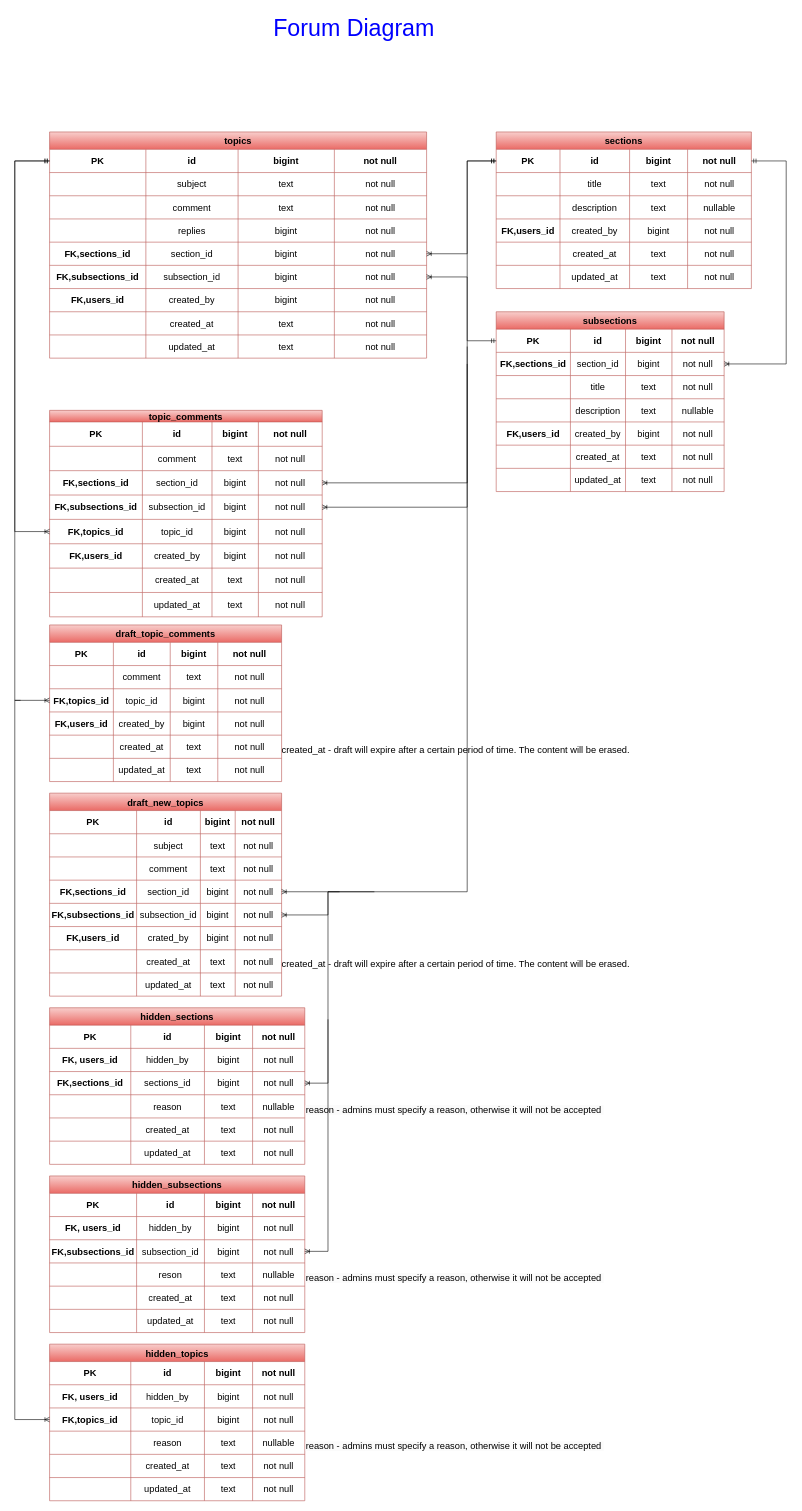
The draw.io diagram blueprint/forum/diagram.drawio in kingofdice66/ClientTesteOnlineAmazingTeens, before the edit. Source tidied: cells renumbered, new cells numbered last; positions are measured from the earlier drawing's top-left corner, leaving out a move shared by most shapes. Both pictures are drawn from the tidied source at 58%, with x=0, y=0 at pixel (14, 10).
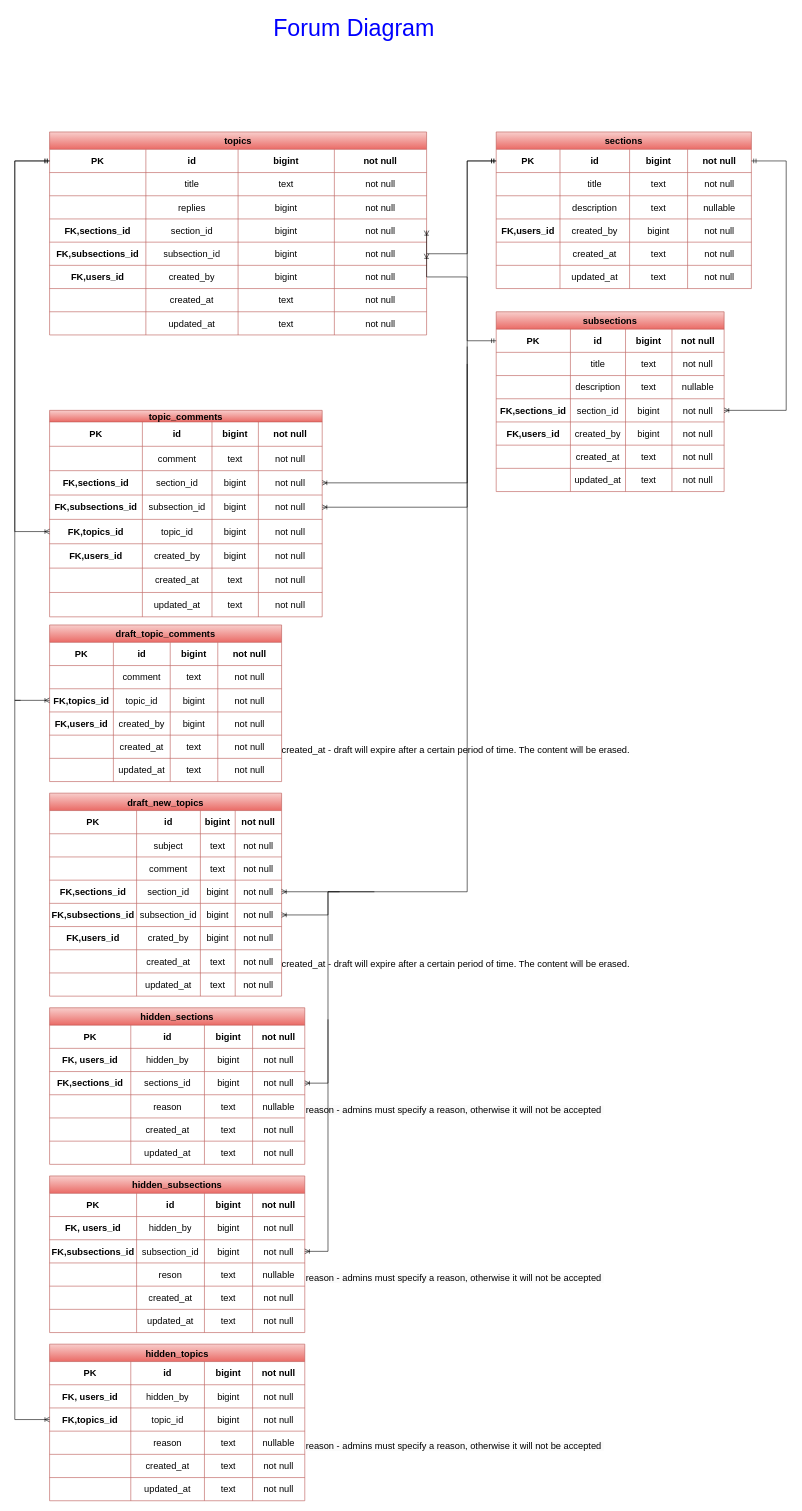
Above is the later version.

Unchanged cells that the change refers to:
```xml
<mxCell id="8" style="shape=tableRow;horizontal=0;startSize=0;swimlaneHead=0;swimlaneBody=0;strokeColor=inherit;top=0;left=0;bottom=0;right=0;fillColor=none;fontSize=16;" parent="2" vertex="1">
  <mxGeometry y="70" width="650" height="40" as="geometry" />
</mxCell>
<mxCell id="49" style="shape=tableRow;horizontal=0;startSize=0;swimlaneHead=0;swimlaneBody=0;strokeColor=inherit;top=0;left=0;bottom=0;right=0;fillColor=none;points=[[0,0.5],[1,0.5]];portConstraint=eastwest;fontSize=16;" parent="48" vertex="1">
  <mxGeometry y="30" width="440" height="40" as="geometry" />
</mxCell>
<mxCell id="80" value="subsections" style="shape=table;startSize=30;childLayout=tableLayout;strokeColor=#b85450;fontSize=16;fillColor=#f8cecc;gradientColor=#ea6b66;fontStyle=1;" parent="1" vertex="1">
  <mxGeometry x="830" y="520" width="393" height="310" as="geometry" />
</mxCell>
```

Change to the diagram source:
```diff
@@
     <mxCell id="2" value="topics" style="shape=table;startSize=30;childLayout=tableLayout;strokeColor=#b85450;fontSize=16;fillColor=#f8cecc;gradientColor=#ea6b66;fontStyle=1;" parent="1" vertex="1">
-      <mxGeometry x="60" y="210" width="650" height="390" as="geometry" />
+      <mxGeometry x="60" y="210" width="650" height="350" as="geometry" />
     </mxCell>
@@
-    <mxCell id="10" value="subject" style="shape=partialRectangle;html=1;whiteSpace=wrap;strokeColor=inherit;overflow=hidden;fillColor=none;top=0;left=0;bottom=0;right=0;fontSize=16;" parent="8" vertex="1">
+    <mxCell id="10" value="title" style="shape=partialRectangle;html=1;whiteSpace=wrap;strokeColor=inherit;overflow=hidden;fillColor=none;top=0;left=0;bottom=0;right=0;fontSize=16;" parent="8" vertex="1">
       <mxGeometry x="166" width="159" height="40" as="geometry" />
     </mxCell>
@@
-    <mxCell id="13" style="shape=tableRow;horizontal=0;startSize=0;swimlaneHead=0;swimlaneBody=0;strokeColor=inherit;top=0;left=0;bottom=0;right=0;fillColor=none;fontSize=16;" parent="2" vertex="1">
-      <mxGeometry y="110" width="650" height="40" as="geometry" />
-    </mxCell>
-    <mxCell id="14" style="shape=partialRectangle;html=1;whiteSpace=wrap;strokeColor=inherit;overflow=hidden;fillColor=none;top=0;left=0;bottom=0;right=0;fontSize=16;" parent="13" vertex="1">
-      <mxGeometry width="166" height="40" as="geometry" />
-    </mxCell>
-    <mxCell id="15" value="comment" style="shape=partialRectangle;html=1;whiteSpace=wrap;strokeColor=inherit;overflow=hidden;fillColor=none;top=0;left=0;bottom=0;right=0;fontSize=16;" parent="13" vertex="1">
-      <mxGeometry x="166" width="159" height="40" as="geometry" />
-    </mxCell>
-    <mxCell id="16" value="text" style="shape=partialRectangle;html=1;whiteSpace=wrap;strokeColor=inherit;overflow=hidden;fillColor=none;top=0;left=0;bottom=0;right=0;fontSize=16;" parent="13" vertex="1">
-      <mxGeometry x="325" width="166" height="40" as="geometry" />
-    </mxCell>
-    <mxCell id="17" value="not null" style="shape=partialRectangle;html=1;whiteSpace=wrap;strokeColor=inherit;overflow=hidden;fillColor=none;top=0;left=0;bottom=0;right=0;fontSize=16;" parent="13" vertex="1">
-      <mxGeometry x="491" width="159" height="40" as="geometry" />
-    </mxCell>
     <mxCell id="18" style="shape=tableRow;horizontal=0;startSize=0;swimlaneHead=0;swimlaneBody=0;strokeColor=inherit;top=0;left=0;bottom=0;right=0;fillColor=none;fontSize=16;" parent="2" vertex="1">
-      <mxGeometry y="150" width="650" height="40" as="geometry" />
+      <mxGeometry y="110" width="650" height="40" as="geometry" />
     </mxCell>
@@
     <mxCell id="23" style="shape=tableRow;horizontal=0;startSize=0;swimlaneHead=0;swimlaneBody=0;strokeColor=inherit;top=0;left=0;bottom=0;right=0;fillColor=none;points=[[0,0.5],[1,0.5]];portConstraint=eastwest;fontSize=16;" parent="2" vertex="1">
-      <mxGeometry y="190" width="650" height="40" as="geometry" />
+      <mxGeometry y="150" width="650" height="40" as="geometry" />
     </mxCell>
@@
     <mxCell id="28" style="shape=tableRow;horizontal=0;startSize=0;swimlaneHead=0;swimlaneBody=0;strokeColor=inherit;top=0;left=0;bottom=0;right=0;fillColor=none;points=[[0,0.5],[1,0.5]];portConstraint=eastwest;fontSize=16;" parent="2" vertex="1">
-      <mxGeometry y="230" width="650" height="40" as="geometry" />
+      <mxGeometry y="190" width="650" height="40" as="geometry" />
     </mxCell>
@@
     <mxCell id="33" style="shape=tableRow;horizontal=0;startSize=0;swimlaneHead=0;swimlaneBody=0;strokeColor=inherit;top=0;left=0;bottom=0;right=0;fillColor=none;fontSize=16;" parent="2" vertex="1">
-      <mxGeometry y="270" width="650" height="40" as="geometry" />
+      <mxGeometry y="230" width="650" height="40" as="geometry" />
     </mxCell>
@@
     <mxCell id="38" style="shape=tableRow;horizontal=0;startSize=0;swimlaneHead=0;swimlaneBody=0;strokeColor=inherit;top=0;left=0;bottom=0;right=0;fillColor=none;fontSize=16;" parent="2" vertex="1">
-      <mxGeometry y="310" width="650" height="40" as="geometry" />
+      <mxGeometry y="270" width="650" height="40" as="geometry" />
     </mxCell>
@@
     <mxCell id="43" style="shape=tableRow;horizontal=0;startSize=0;swimlaneHead=0;swimlaneBody=0;strokeColor=inherit;top=0;left=0;bottom=0;right=0;fillColor=none;fontSize=16;" parent="2" vertex="1">
-      <mxGeometry y="350" width="650" height="40" as="geometry" />
+      <mxGeometry y="310" width="650" height="40" as="geometry" />
     </mxCell>
@@
-    <mxCell id="86" style="shape=tableRow;horizontal=0;startSize=0;swimlaneHead=0;swimlaneBody=0;strokeColor=inherit;top=0;left=0;bottom=0;right=0;fillColor=none;points=[[0,0.5],[1,0.5]];portConstraint=eastwest;fontSize=16;" parent="80" vertex="1">
-      <mxGeometry y="70" width="393" height="40" as="geometry" />
-    </mxCell>
-    <mxCell id="87" value="&lt;b&gt;FK,sections_id&lt;/b&gt;" style="shape=partialRectangle;html=1;whiteSpace=wrap;strokeColor=inherit;overflow=hidden;fillColor=none;top=0;left=0;bottom=0;right=0;fontSize=16;" parent="86" vertex="1">
-      <mxGeometry width="128" height="40" as="geometry" />
-    </mxCell>
-    <mxCell id="88" value="section_id" style="shape=partialRectangle;html=1;whiteSpace=wrap;strokeColor=inherit;overflow=hidden;fillColor=none;top=0;left=0;bottom=0;right=0;fontSize=16;" parent="86" vertex="1">
-      <mxGeometry x="128" width="95" height="40" as="geometry" />
-    </mxCell>
-    <mxCell id="89" value="bigint" style="shape=partialRectangle;html=1;whiteSpace=wrap;strokeColor=inherit;overflow=hidden;fillColor=none;top=0;left=0;bottom=0;right=0;fontSize=16;" parent="86" vertex="1">
-      <mxGeometry x="223" width="80" height="40" as="geometry" />
-    </mxCell>
-    <mxCell id="90" value="not null" style="shape=partialRectangle;html=1;whiteSpace=wrap;strokeColor=inherit;overflow=hidden;fillColor=none;top=0;left=0;bottom=0;right=0;fontSize=16;" parent="86" vertex="1">
-      <mxGeometry x="303" width="90" height="40" as="geometry" />
-    </mxCell>
     <mxCell id="91" style="shape=tableRow;horizontal=0;startSize=0;swimlaneHead=0;swimlaneBody=0;strokeColor=inherit;top=0;left=0;bottom=0;right=0;fillColor=none;fontSize=16;" parent="80" vertex="1">
-      <mxGeometry y="110" width="393" height="40" as="geometry" />
+      <mxGeometry y="70" width="393" height="40" as="geometry" />
     </mxCell>
@@
     <mxCell id="96" style="shape=tableRow;horizontal=0;startSize=0;swimlaneHead=0;swimlaneBody=0;strokeColor=inherit;top=0;left=0;bottom=0;right=0;fillColor=none;fontSize=16;" parent="80" vertex="1">
-      <mxGeometry y="150" width="393" height="40" as="geometry" />
+      <mxGeometry y="110" width="393" height="40" as="geometry" />
     </mxCell>
@@
+    <mxCell id="86" style="shape=tableRow;horizontal=0;startSize=0;swimlaneHead=0;swimlaneBody=0;strokeColor=inherit;top=0;left=0;bottom=0;right=0;fillColor=none;points=[[0,0.5],[1,0.5]];portConstraint=eastwest;fontSize=16;" parent="80" vertex="1">
+      <mxGeometry y="150" width="393" height="40" as="geometry" />
+    </mxCell>
+    <mxCell id="87" value="&lt;b&gt;FK,sections_id&lt;/b&gt;" style="shape=partialRectangle;html=1;whiteSpace=wrap;strokeColor=inherit;overflow=hidden;fillColor=none;top=0;left=0;bottom=0;right=0;fontSize=16;" parent="86" vertex="1">
+      <mxGeometry width="128" height="40" as="geometry" />
+    </mxCell>
+    <mxCell id="88" value="section_id" style="shape=partialRectangle;html=1;whiteSpace=wrap;strokeColor=inherit;overflow=hidden;fillColor=none;top=0;left=0;bottom=0;right=0;fontSize=16;" parent="86" vertex="1">
+      <mxGeometry x="128" width="95" height="40" as="geometry" />
+    </mxCell>
+    <mxCell id="89" value="bigint" style="shape=partialRectangle;html=1;whiteSpace=wrap;strokeColor=inherit;overflow=hidden;fillColor=none;top=0;left=0;bottom=0;right=0;fontSize=16;" parent="86" vertex="1">
+      <mxGeometry x="223" width="80" height="40" as="geometry" />
+    </mxCell>
+    <mxCell id="90" value="not null" style="shape=partialRectangle;html=1;whiteSpace=wrap;strokeColor=inherit;overflow=hidden;fillColor=none;top=0;left=0;bottom=0;right=0;fontSize=16;" parent="86" vertex="1">
+      <mxGeometry x="303" width="90" height="40" as="geometry" />
+    </mxCell>
@@
     <mxCell id="116" style="edgeStyle=orthogonalEdgeStyle;fontSize=12;html=1;endArrow=ERoneToMany;startArrow=ERmandOne;rounded=0;exitX=1;exitY=0.5;exitDx=0;exitDy=0;entryX=1;entryY=0.5;entryDx=0;entryDy=0;" parent="1" edge="1" source="49" target="86">
       <mxGeometry relative="1" as="geometry">
         <Array as="points">
           <mxPoint x="1330" y="260" />
-          <mxPoint x="1330" y="610" />
+          <mxPoint x="1330" y="690" />
         </Array>
       </mxGeometry>
     </mxCell>
```
